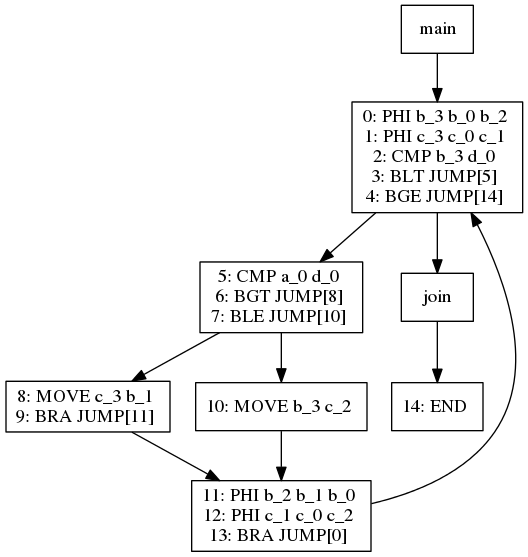
Above: viz/test011.dot.png in jiahanwang/PL241-Compiler (Graphviz), before the change. Its source is kept beside it as viz/test011.dot.
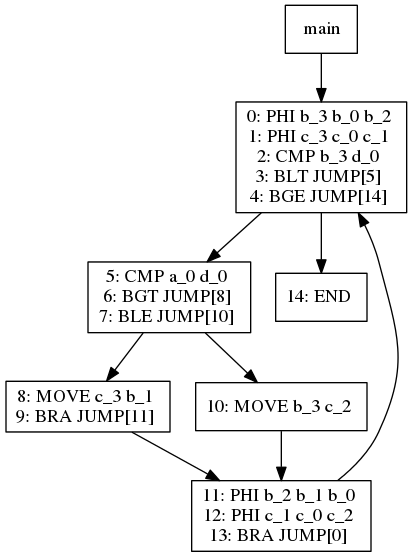
Above is the later version.

What changed in the source:
```diff
@@ -27,9 +27,7 @@
 8[label="10: MOVE b_3 c_2
 "]
 8 -> 6
-3 -> 4
-4[label="join"]
-4 -> 9
+3 -> 9
 9[label="14: END
 "]
 }
```
